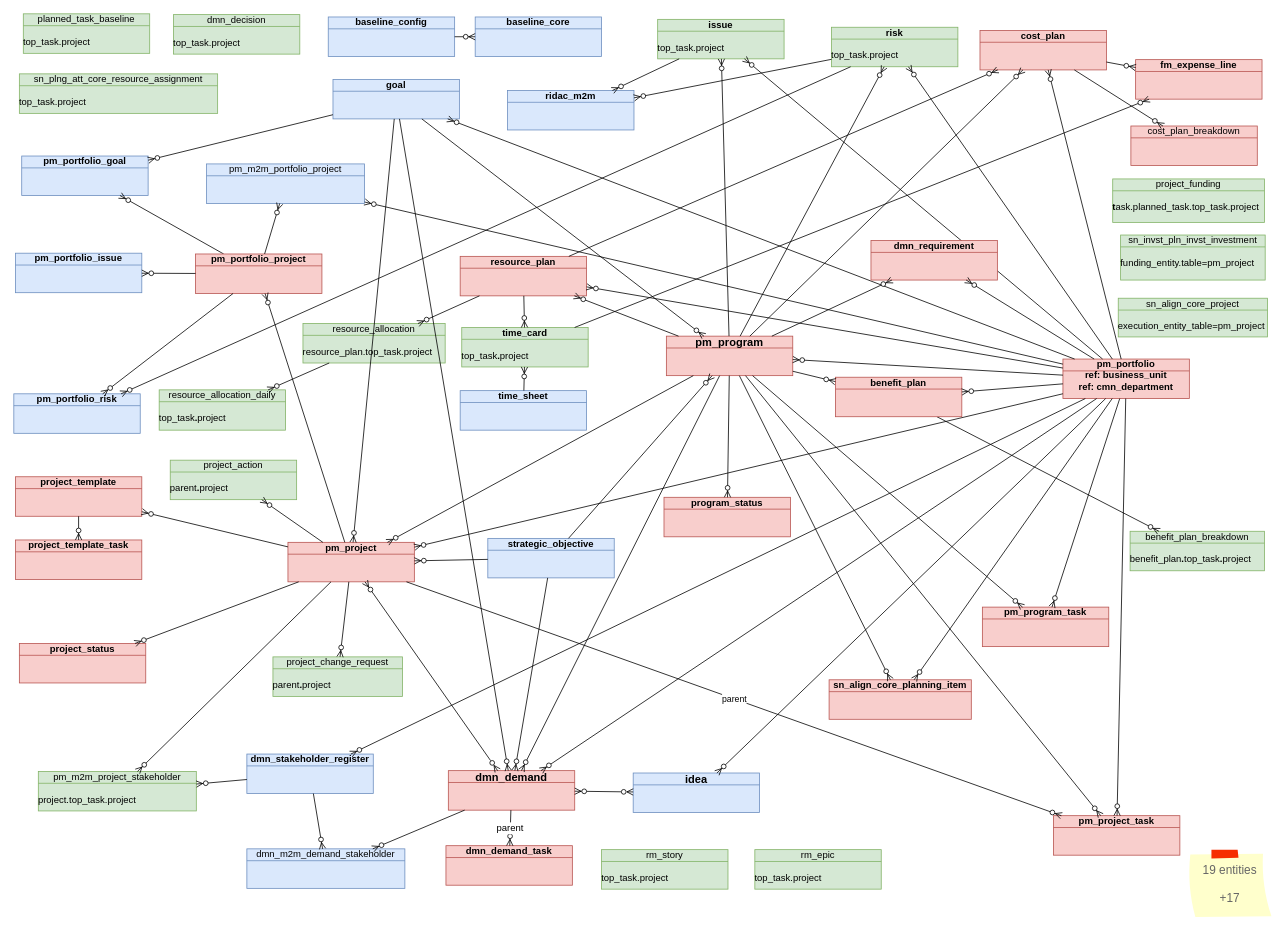
The draw.io diagram page "justContextDB" (2 of 15) of JTI.drawio in algimas/tmp, before the edit. Source tidied: cells renumbered, new cells numbered last; positions are measured from the earlier drawing's top-left corner, leaving out a move shared by most shapes. Both pictures are drawn from the tidied source at 79%, with x=0, y=0 at pixel (13, 13).
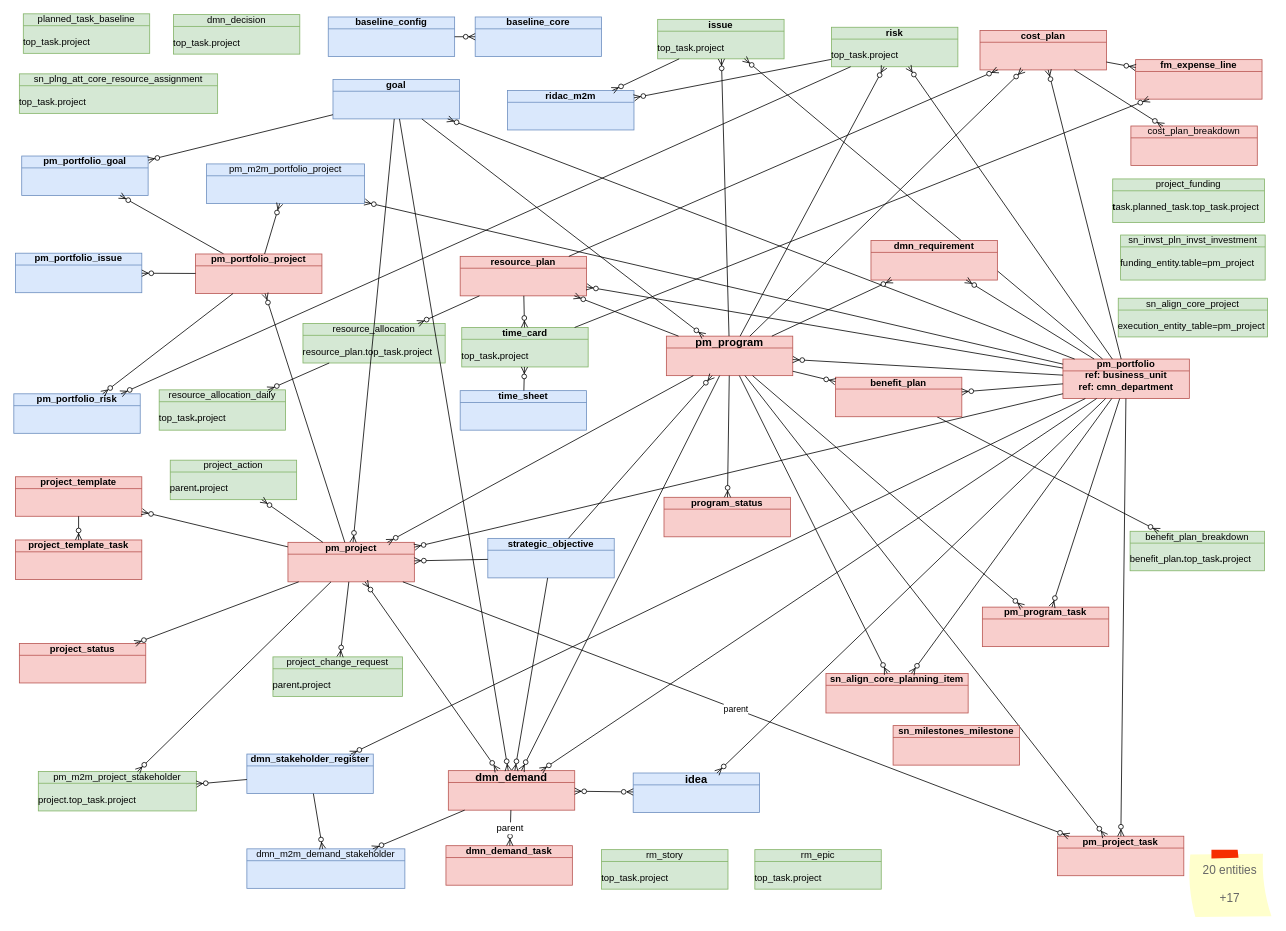
The same diagram, later.

What changed in the source:
```diff
@@
     <mxCell id="21" value="pm_project_task" style="html=1;outlineConnect=0;whiteSpace=wrap;fillColor=#f8cecc;shape=mxgraph.archimate3.businessObject;overflow=fill;strokeColor=#b85450;fontStyle=1;" parent="1" vertex="1">
-      <mxGeometry x="1316" y="1015" width="160" height="50" as="geometry" />
+      <mxGeometry x="1321" y="1041" width="160" height="50" as="geometry" />
     </mxCell>
@@
     <mxCell id="81" value="sn_align_core_planning_item" style="html=1;outlineConnect=0;whiteSpace=wrap;fillColor=#f8cecc;shape=mxgraph.archimate3.businessObject;overflow=fill;strokeColor=#b85450;fontStyle=1;" parent="1" vertex="1">
-      <mxGeometry x="1032" y="843" width="180" height="50" as="geometry" />
+      <mxGeometry x="1028" y="835" width="180" height="50" as="geometry" />
     </mxCell>
@@
-    <mxCell id="105" value="&lt;div&gt;19 entities&lt;/div&gt;&lt;div&gt;&lt;br&gt;&lt;/div&gt;&lt;div&gt;+17&lt;/div&gt;" style="strokeWidth=1;shadow=0;dashed=0;align=center;html=1;shape=mxgraph.mockup.text.stickyNote2;fontColor=#666666;mainText=;fontSize=15;whiteSpace=wrap;fillColor=#ffffcc;strokeColor=#F62E00;" parent="1" vertex="1">
+    <mxCell id="105" value="&lt;div&gt;20 entities&lt;/div&gt;&lt;div&gt;&lt;br&gt;&lt;/div&gt;&lt;div&gt;+17&lt;/div&gt;" style="strokeWidth=1;shadow=0;dashed=0;align=center;html=1;shape=mxgraph.mockup.text.stickyNote2;fontColor=#666666;mainText=;fontSize=15;whiteSpace=wrap;fillColor=#ffffcc;strokeColor=#F62E00;" parent="1" vertex="1">
       <mxGeometry x="1486" y="1058" width="107" height="86" as="geometry" />
     </mxCell>
@@
+    <mxCell id="119" value="sn_milestones_milestone" style="html=1;whiteSpace=wrap;fillColor=#f8cecc;shape=mxgraph.archimate3.businessObject;overflow=fill;strokeColor=#b85450;fontStyle=1;" parent="1" vertex="1">
+      <mxGeometry x="1113" y="901" width="160" height="50" as="geometry" />
+    </mxCell>
```
